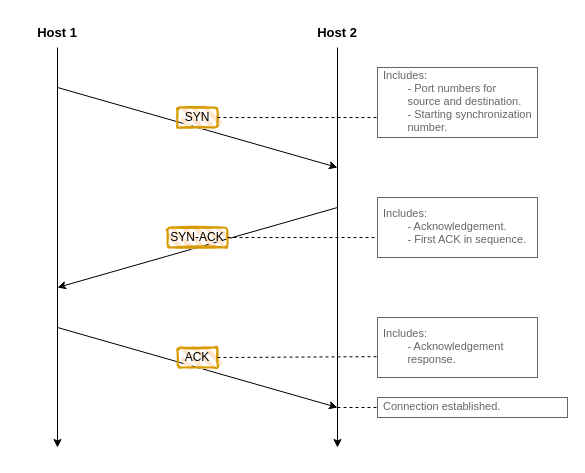
This is A2Q7C.drawio from CorbinCoder/Diagrams, a draw.io file, before an edit. Source tidied: cells renumbered, new cells numbered last; positions are measured from the earlier drawing's top-left corner, leaving out a move shared by most shapes. Both pictures are drawn from the tidied source at 100%, with x=0, y=0 at pixel (17, 17).
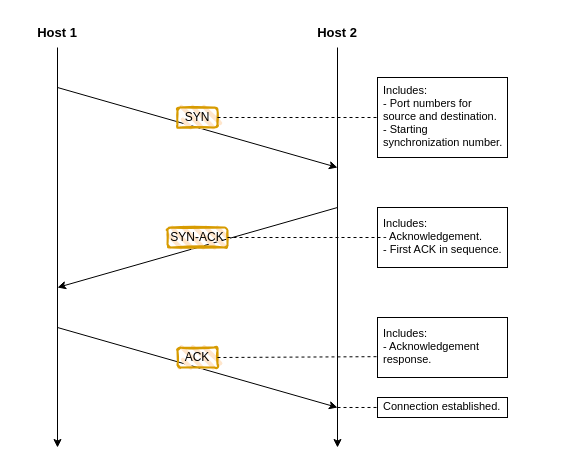
After the change.

The change refers to these unchanged cells:
```xml
<mxCell id="10" value="&lt;div&gt;SYN-ACK&lt;/div&gt;" style="rounded=1;whiteSpace=wrap;html=1;strokeWidth=2;fillWeight=4;hachureGap=8;hachureAngle=45;fillColor=#ffe6cc;sketch=1;strokeColor=#d79b00;" parent="1" vertex="1">
  <mxGeometry x="150" y="210" width="60" height="20" as="geometry" />
</mxCell>
```

Diff of the diagram source:
```diff
@@
-    <mxCell id="12" value="&lt;div style=&quot;font-size: 11px;&quot;&gt;Includes:&lt;/div&gt;&lt;div style=&quot;font-size: 11px;&quot;&gt;&lt;span style=&quot;white-space: pre; font-size: 11px;&quot;&gt;&#9;&lt;/span&gt;- Port numbers for &lt;span style=&quot;white-space: pre;&quot;&gt;&#9;&lt;/span&gt;source and destination.&lt;/div&gt;&lt;div style=&quot;font-size: 11px;&quot;&gt;&lt;span style=&quot;white-space: pre;&quot;&gt;&#9;&lt;/span&gt;- Starting synchronization &lt;span style=&quot;white-space: pre;&quot;&gt;&#9;&lt;/span&gt;number.&lt;br style=&quot;font-size: 11px;&quot;&gt;&lt;/div&gt;" style="strokeWidth=1;shadow=0;dashed=0;align=center;html=1;shape=mxgraph.mockup.text.textBox;fontColor=#666666;align=left;fontSize=11;spacingLeft=4;spacingTop=-3;whiteSpace=wrap;strokeColor=#666666;mainText=;" parent="1" vertex="1">
-      <mxGeometry x="360" y="50" width="160" height="70" as="geometry" />
+    <mxCell id="12" value="&lt;div style=&quot;font-size: 11px;&quot;&gt;Includes:&lt;/div&gt;&lt;div style=&quot;font-size: 11px;&quot;&gt;- Port numbers for source and destination.&lt;/div&gt;&lt;div style=&quot;font-size: 11px;&quot;&gt;- Starting synchronization number.&lt;br style=&quot;font-size: 11px;&quot;&gt;&lt;/div&gt;" style="strokeWidth=1;shadow=0;dashed=0;align=center;html=1;shape=mxgraph.mockup.text.textBox;fontColor=#000000;align=left;fontSize=11;spacingLeft=4;spacingTop=-3;whiteSpace=wrap;strokeColor=#000000;mainText=;" parent="1" vertex="1">
+      <mxGeometry x="360" y="60" width="130" height="80" as="geometry" />
     </mxCell>
-    <mxCell id="13" value="&lt;div style=&quot;font-size: 11px;&quot;&gt;Includes:&lt;/div&gt;&lt;div style=&quot;font-size: 11px;&quot;&gt;&lt;span style=&quot;white-space: pre;&quot;&gt;&#9;&lt;/span&gt;- Acknowledgement.&lt;/div&gt;&lt;div style=&quot;font-size: 11px;&quot;&gt;&lt;span style=&quot;white-space: pre;&quot;&gt;&#9;&lt;/span&gt;- First ACK in sequence.&lt;br&gt;&lt;/div&gt;" style="strokeWidth=1;shadow=0;dashed=0;align=center;html=1;shape=mxgraph.mockup.text.textBox;fontColor=#666666;align=left;fontSize=11;spacingLeft=4;spacingTop=-3;whiteSpace=wrap;strokeColor=#666666;mainText=;" parent="1" vertex="1">
-      <mxGeometry x="360" y="180" width="160" height="60" as="geometry" />
+    <mxCell id="13" value="&lt;div style=&quot;font-size: 11px;&quot;&gt;Includes:&lt;/div&gt;&lt;div style=&quot;font-size: 11px;&quot;&gt;- Acknowledgement.&lt;/div&gt;&lt;div style=&quot;font-size: 11px;&quot;&gt;- First ACK in sequence.&lt;br&gt;&lt;/div&gt;" style="strokeWidth=1;shadow=0;dashed=0;align=center;html=1;shape=mxgraph.mockup.text.textBox;fontColor=#000000;align=left;fontSize=11;spacingLeft=4;spacingTop=-3;whiteSpace=wrap;strokeColor=#000000;mainText=;" parent="1" vertex="1">
+      <mxGeometry x="360" y="190" width="130" height="60" as="geometry" />
     </mxCell>
-    <mxCell id="14" value="&lt;div style=&quot;font-size: 11px;&quot;&gt;Includes:&lt;/div&gt;&lt;div style=&quot;font-size: 11px;&quot;&gt;&lt;span style=&quot;white-space: pre; font-size: 11px;&quot;&gt;&#9;&lt;/span&gt;- Acknowledgement &lt;span style=&quot;white-space: pre;&quot;&gt;&#9;&lt;/span&gt;response.&lt;br&gt;&lt;/div&gt;" style="strokeWidth=1;shadow=0;dashed=0;align=center;html=1;shape=mxgraph.mockup.text.textBox;fontColor=#666666;align=left;fontSize=11;spacingLeft=4;spacingTop=-3;whiteSpace=wrap;strokeColor=#666666;mainText=;" parent="1" vertex="1">
-      <mxGeometry x="360" y="300" width="160" height="60" as="geometry" />
+    <mxCell id="14" value="&lt;div style=&quot;font-size: 11px;&quot;&gt;Includes:&lt;/div&gt;&lt;div style=&quot;font-size: 11px;&quot;&gt;- Acknowledgement response.&lt;br&gt;&lt;/div&gt;" style="strokeWidth=1;shadow=0;dashed=0;align=center;html=1;shape=mxgraph.mockup.text.textBox;fontColor=#000000;align=left;fontSize=11;spacingLeft=4;spacingTop=-3;whiteSpace=wrap;strokeColor=default;mainText=;" parent="1" vertex="1">
+      <mxGeometry x="360" y="300" width="130" height="60" as="geometry" />
     </mxCell>
-    <mxCell id="15" value="Connection established." style="strokeWidth=1;shadow=0;dashed=0;align=center;html=1;shape=mxgraph.mockup.text.textBox;fontColor=#666666;align=left;fontSize=11;spacingLeft=4;spacingTop=-3;whiteSpace=wrap;strokeColor=#666666;mainText=;" parent="1" vertex="1">
-      <mxGeometry x="360" y="380" width="190" height="20" as="geometry" />
+    <mxCell id="15" value="&lt;div align=&quot;center&quot;&gt;Connection established.&lt;/div&gt;" style="strokeWidth=1;shadow=0;dashed=0;align=center;html=1;shape=mxgraph.mockup.text.textBox;fontColor=#000000;align=left;fontSize=11;spacingLeft=4;spacingTop=-3;whiteSpace=wrap;strokeColor=#000000;mainText=;" parent="1" vertex="1">
+      <mxGeometry x="360" y="380" width="130" height="20" as="geometry" />
     </mxCell>
@@
-    <mxCell id="18" style="endArrow=none;dashed=1;html=1;rounded=0;entryX=0;entryY=0.667;entryDx=0;entryDy=0;entryPerimeter=0;exitX=1;exitY=0.5;exitDx=0;exitDy=0;" parent="1" edge="1" source="10" target="13">
+    <mxCell id="18" style="endArrow=none;dashed=1;html=1;rounded=0;entryX=0.025;entryY=0.5;entryDx=0;entryDy=0;entryPerimeter=0;exitX=1;exitY=0.5;exitDx=0;exitDy=0;" parent="1" edge="1" source="10" target="13">
       <mxGeometry relative="1" as="geometry" />
     </mxCell>
```
